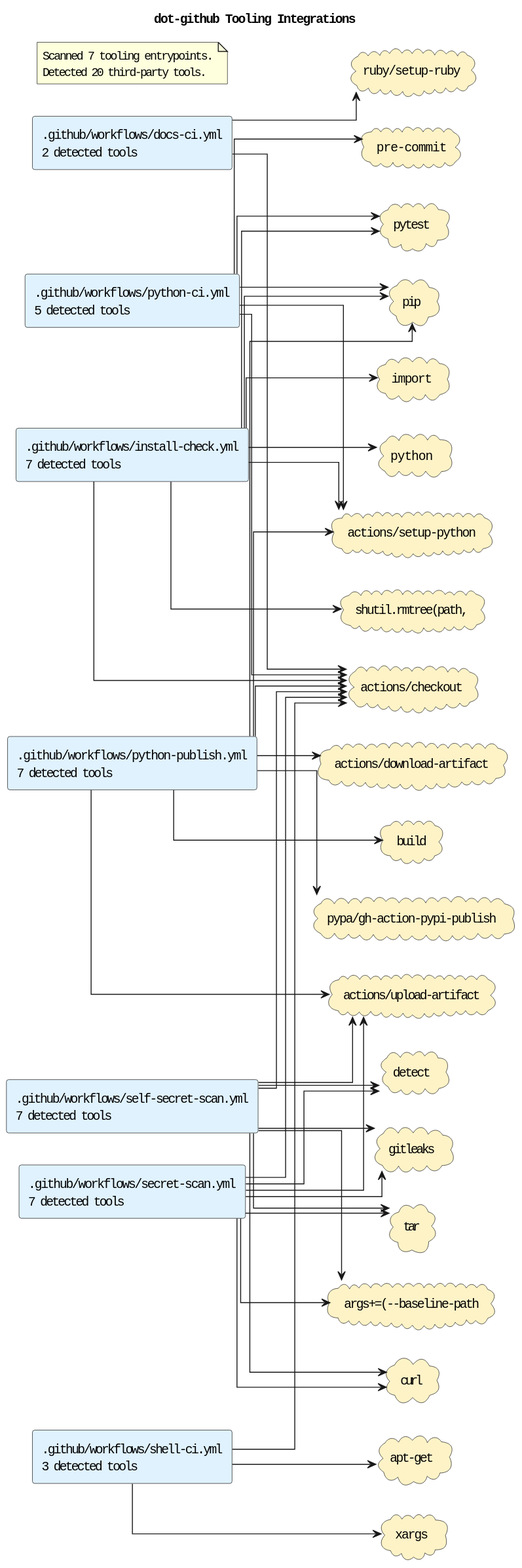
The PlantUML diagram docs/diagrams/tooling-integrations.puml.svg in casonk/.github, before a commit.
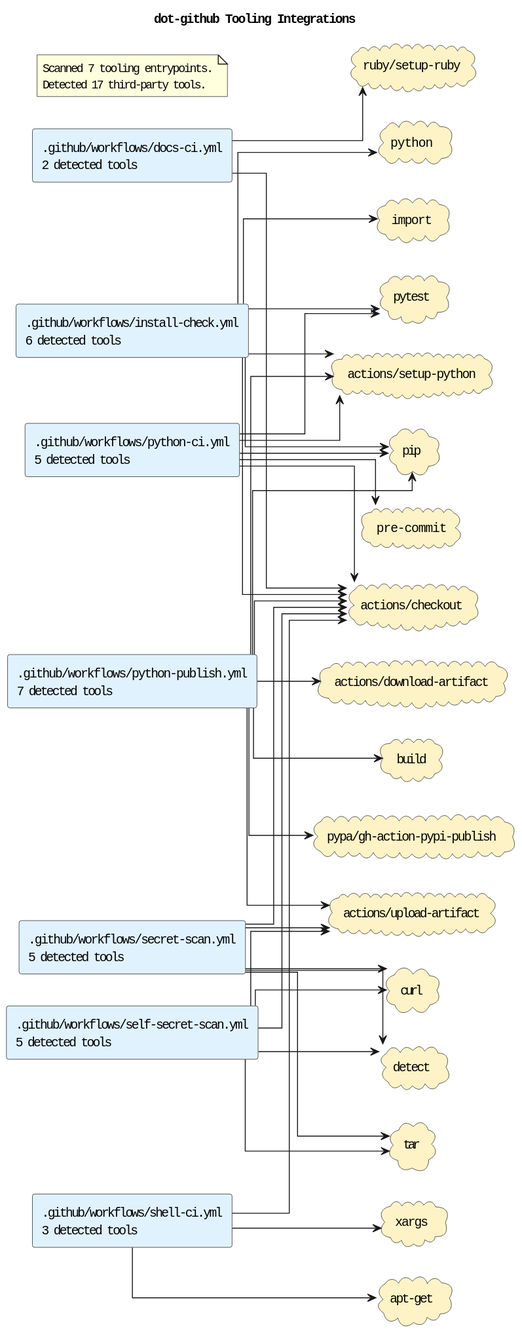
After the commit.

Commit message:
docs: refresh architecture diagrams (#23)

Publish the archility-generated diagram refresh from the 2026-10-07 weekly render on the Fedora desktop.

What changed in the source:
```diff
@@ -6,22 +6,20 @@
 skinparam componentStyle rectangle
 skinparam linetype ortho
 rectangle ".github/workflows/docs-ci.yml\n2 detected tools" as source_github_workflows_docs_ci_yml #E0F2FE
-rectangle ".github/workflows/install-check.yml\n7 detected tools" as source_github_workflows_install_check_yml #E0F2FE
+rectangle ".github/workflows/install-check.yml\n6 detected tools" as source_github_workflows_install_check_yml #E0F2FE
 rectangle ".github/workflows/python-ci.yml\n5 detected tools" as source_github_workflows_python_ci_yml #E0F2FE
 rectangle ".github/workflows/python-publish.yml\n7 detected tools" as source_github_workflows_python_publish_yml #E0F2FE
-rectangle ".github/workflows/secret-scan.yml\n7 detected tools" as source_github_workflows_secret_scan_yml #E0F2FE
-rectangle ".github/workflows/self-secret-scan.yml\n7 detected tools" as source_github_workflows_self_secret_scan_yml #E0F2FE
+rectangle ".github/workflows/secret-scan.yml\n5 detected tools" as source_github_workflows_secret_scan_yml #E0F2FE
+rectangle ".github/workflows/self-secret-scan.yml\n5 detected tools" as source_github_workflows_self_secret_scan_yml #E0F2FE
 rectangle ".github/workflows/shell-ci.yml\n3 detected tools" as source_github_workflows_shell_ci_yml #E0F2FE
 cloud "actions/checkout" as tool_actions_checkout #FEF3C7
 cloud "actions/download-artifact" as tool_actions_download_artifact #FEF3C7
 cloud "actions/setup-python" as tool_actions_setup_python #FEF3C7
 cloud "actions/upload-artifact" as tool_actions_upload_artifact #FEF3C7
 cloud "apt-get" as tool_apt_get #FEF3C7
-cloud "args+=(--baseline-path" as tool_args_baseline_path #FEF3C7
 cloud "build" as tool_build #FEF3C7
 cloud "curl" as tool_curl #FEF3C7
 cloud "detect" as tool_detect #FEF3C7
-cloud "gitleaks" as tool_gitleaks #FEF3C7
 cloud "import" as tool_import #FEF3C7
 cloud "pip" as tool_pip #FEF3C7
 cloud "pre-commit" as tool_pre_commit #FEF3C7
@@ -29,7 +27,6 @@
 cloud "pytest" as tool_pytest #FEF3C7
 cloud "python" as tool_python #FEF3C7
 cloud "ruby/setup-ruby" as tool_ruby_setup_ruby #FEF3C7
-cloud "shutil.rmtree(path," as tool_shutil_rmtree_path #FEF3C7
 cloud "tar" as tool_tar #FEF3C7
 cloud "xargs" as tool_xargs #FEF3C7
 source_github_workflows_docs_ci_yml --> tool_actions_checkout
@@ -40,7 +37,6 @@
 source_github_workflows_install_check_yml --> tool_pip
 source_github_workflows_install_check_yml --> tool_pytest
 source_github_workflows_install_check_yml --> tool_python
-source_github_workflows_install_check_yml --> tool_shutil_rmtree_path
 source_github_workflows_python_ci_yml --> tool_actions_checkout
 source_github_workflows_python_ci_yml --> tool_actions_setup_python
 source_github_workflows_python_ci_yml --> tool_pip
@@ -55,23 +51,19 @@
 source_github_workflows_python_publish_yml --> tool_pypa_gh_action_pypi_publish
 source_github_workflows_secret_scan_yml --> tool_actions_checkout
 source_github_workflows_secret_scan_yml --> tool_actions_upload_artifact
-source_github_workflows_secret_scan_yml --> tool_args_baseline_path
 source_github_workflows_secret_scan_yml --> tool_curl
 source_github_workflows_secret_scan_yml --> tool_detect
-source_github_workflows_secret_scan_yml --> tool_gitleaks
 source_github_workflows_secret_scan_yml --> tool_tar
 source_github_workflows_self_secret_scan_yml --> tool_actions_checkout
 source_github_workflows_self_secret_scan_yml --> tool_actions_upload_artifact
-source_github_workflows_self_secret_scan_yml --> tool_args_baseline_path
 source_github_workflows_self_secret_scan_yml --> tool_curl
 source_github_workflows_self_secret_scan_yml --> tool_detect
-source_github_workflows_self_secret_scan_yml --> tool_gitleaks
 source_github_workflows_self_secret_scan_yml --> tool_tar
 source_github_workflows_shell_ci_yml --> tool_actions_checkout
 source_github_workflows_shell_ci_yml --> tool_apt_get
 source_github_workflows_shell_ci_yml --> tool_xargs
 note as toolingGraphSummary
 Scanned 7 tooling entrypoints.
-Detected 20 third-party tools.
+Detected 17 third-party tools.
 end note
 @enduml
```
